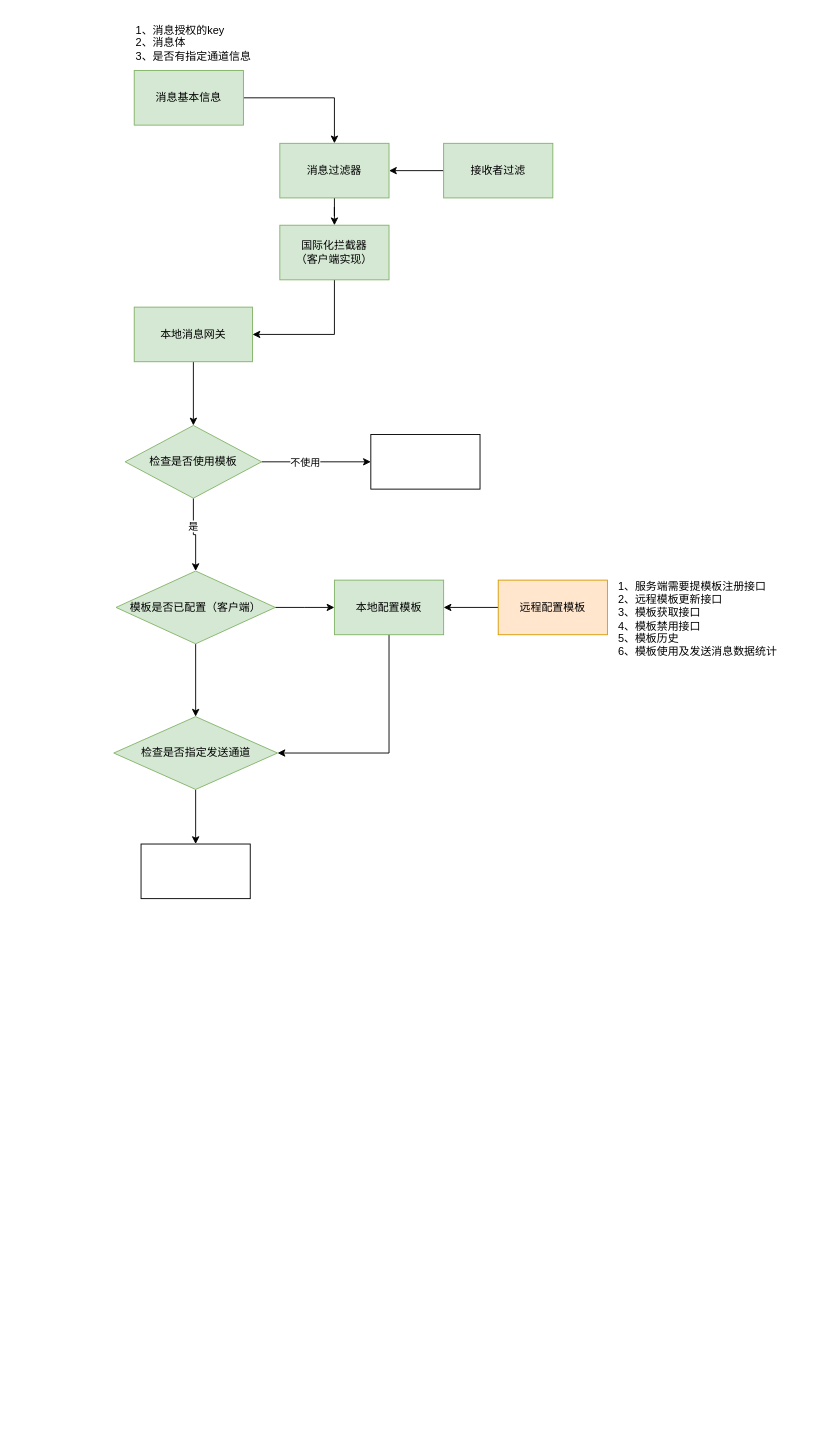
Before: 消息平台.drawio in dovezat/drawio, a draw.io diagram. Source tidied: cells renumbered, new cells numbered last; positions are measured from the earlier drawing's top-left corner, leaving out a move shared by most shapes. Both pictures are drawn from the tidied source at 91%, with x=0, y=0 at pixel (114, 15).
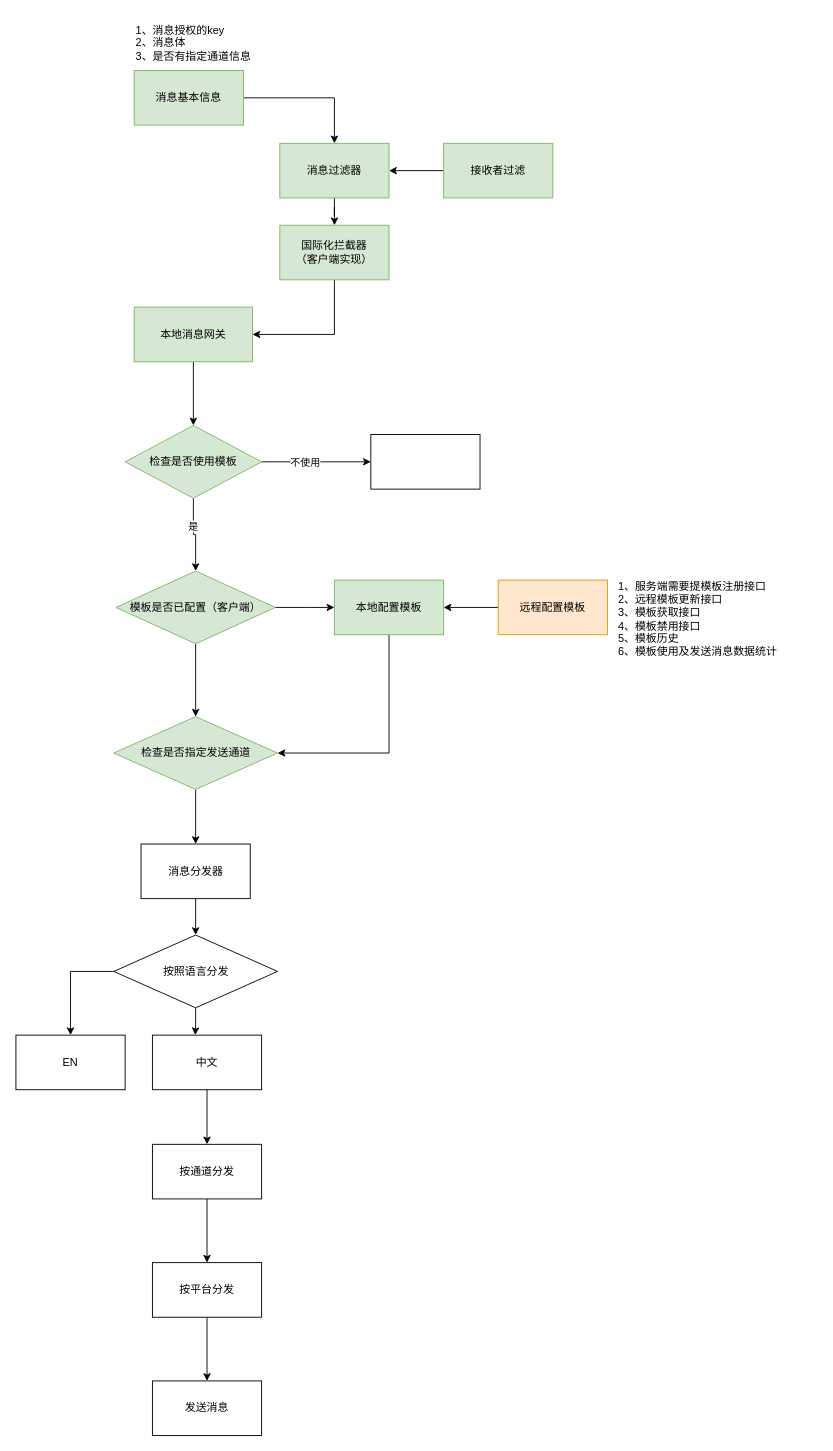
The same diagram, later.

Diff of the diagram source:
```diff
@@
+    <mxCell id="30" style="edgeStyle=orthogonalEdgeStyle;rounded=0;jettySize=auto;html=1;entryX=0.5;entryY=0;entryDx=0;entryDy=0;" parent="1" edge="1" source="28" target="33">
+      <mxGeometry relative="1" as="geometry" />
+    </mxCell>
-    <mxCell id="28" style="rounded=0;whiteSpace=wrap;html=1;" parent="1" vertex="1">
+    <mxCell id="28" value="消息分发器" style="rounded=0;whiteSpace=wrap;html=1;" parent="1" vertex="1">
       <mxGeometry x="29.5" y="910" width="120" height="60" as="geometry" />
     </mxCell>
@@
+    <mxCell id="31" style="edgeStyle=orthogonalEdgeStyle;rounded=0;jettySize=auto;html=1;entryX=0.392;entryY=0;entryDx=0;entryDy=0;entryPerimeter=0;" parent="1" edge="1" source="33" target="35">
+      <mxGeometry relative="1" as="geometry" />
+    </mxCell>
+    <mxCell id="32" style="edgeStyle=orthogonalEdgeStyle;rounded=0;jettySize=auto;html=1;" parent="1" edge="1" source="33" target="36">
+      <mxGeometry relative="1" as="geometry">
+        <Array as="points">
+          <mxPoint x="-48" y="1050" />
+        </Array>
+      </mxGeometry>
+    </mxCell>
+    <mxCell id="33" value="&lt;span&gt;按照语言分发&lt;/span&gt;" style="rhombus;whiteSpace=wrap;html=1;" parent="1" vertex="1">
+      <mxGeometry x="-0.5" y="1010" width="180" height="80" as="geometry" />
+    </mxCell>
+    <mxCell id="34" style="edgeStyle=orthogonalEdgeStyle;rounded=0;jettySize=auto;html=1;entryX=0.5;entryY=0;entryDx=0;entryDy=0;" parent="1" edge="1" source="35" target="38">
+      <mxGeometry relative="1" as="geometry" />
+    </mxCell>
+    <mxCell id="35" value="中文" style="rounded=0;whiteSpace=wrap;html=1;" parent="1" vertex="1">
+      <mxGeometry x="42" y="1120" width="120" height="60" as="geometry" />
+    </mxCell>
+    <mxCell id="36" value="EN" style="rounded=0;whiteSpace=wrap;html=1;" parent="1" vertex="1">
+      <mxGeometry x="-108" y="1120" width="120" height="60" as="geometry" />
+    </mxCell>
+    <mxCell id="37" style="edgeStyle=orthogonalEdgeStyle;rounded=0;jettySize=auto;html=1;entryX=0.5;entryY=0;entryDx=0;entryDy=0;" parent="1" edge="1" source="38" target="40">
+      <mxGeometry relative="1" as="geometry" />
+    </mxCell>
+    <mxCell id="38" value="按通道分发" style="rounded=0;whiteSpace=wrap;html=1;" parent="1" vertex="1">
+      <mxGeometry x="42" y="1240" width="120" height="60" as="geometry" />
+    </mxCell>
+    <mxCell id="39" style="edgeStyle=orthogonalEdgeStyle;rounded=0;jettySize=auto;html=1;entryX=0.5;entryY=0;entryDx=0;entryDy=0;" parent="1" edge="1" source="40" target="41">
+      <mxGeometry relative="1" as="geometry" />
+    </mxCell>
+    <mxCell id="40" value="按平台分发" style="rounded=0;whiteSpace=wrap;html=1;" parent="1" vertex="1">
+      <mxGeometry x="42" y="1370" width="120" height="60" as="geometry" />
+    </mxCell>
+    <mxCell id="41" value="发送消息" style="rounded=0;whiteSpace=wrap;html=1;" parent="1" vertex="1">
+      <mxGeometry x="42" y="1500" width="120" height="60" as="geometry" />
+    </mxCell>
```
